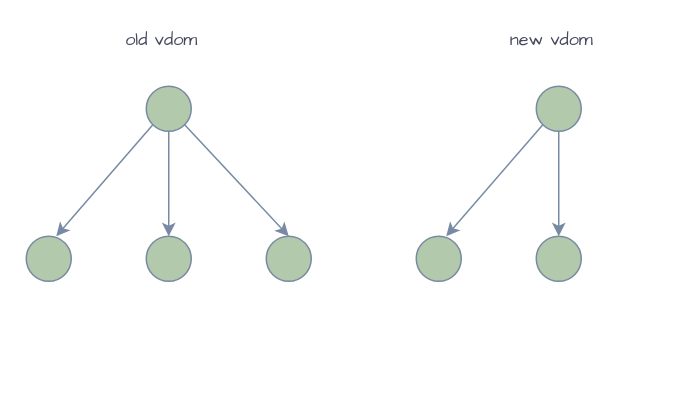
Above: react.drawio in silan-liu/drawio (draw.io), before the change. Source tidied: cells renumbered, new cells numbered last; positions are measured from the earlier drawing's top-left corner, leaving out a move shared by most shapes. Both pictures are drawn from the tidied source at 150%, with x=0, y=0 at pixel (26, 26).
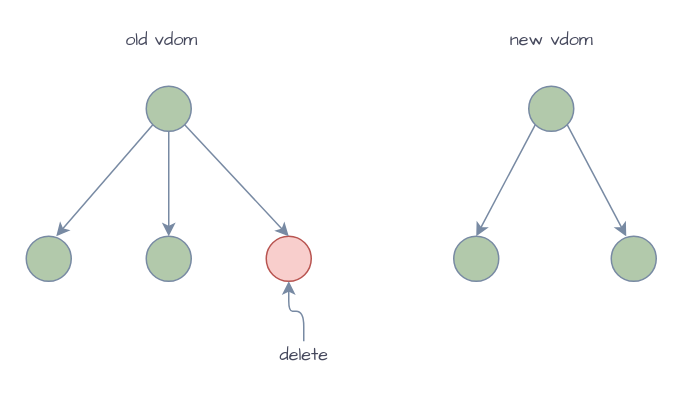
Above is the later version.

What changed in the source:
```diff
@@
 <mxGraphModel>
   <root>
     <mxCell id="0" />
     <mxCell id="1" parent="0" />
     <mxCell id="2" style="ellipse;whiteSpace=wrap;html=1;fillColor=#B2C9AB;strokeColor=#788AA3;fontColor=#46495D;fontFamily=Comic Sans MS;" parent="1" vertex="1">
-      <mxGeometry x="340" y="140" width="30" height="30" as="geometry" />
+      <mxGeometry x="390" y="140" width="30" height="30" as="geometry" />
     </mxCell>
     <mxCell id="3" style="ellipse;whiteSpace=wrap;html=1;fillColor=#B2C9AB;strokeColor=#788AA3;fontColor=#46495D;fontFamily=Comic Sans MS;" parent="1" vertex="1">
-      <mxGeometry x="340" y="40" width="30" height="30" as="geometry" />
+      <mxGeometry x="335" y="40" width="30" height="30" as="geometry" />
     </mxCell>
     <mxCell id="4" style="ellipse;whiteSpace=wrap;html=1;fillColor=#B2C9AB;strokeColor=#788AA3;fontColor=#46495D;fontFamily=Comic Sans MS;" parent="1" vertex="1">
-      <mxGeometry x="260" y="140" width="30" height="30" as="geometry" />
+      <mxGeometry x="285" y="140" width="30" height="30" as="geometry" />
     </mxCell>
-    <mxCell id="5" style="endArrow=classic;html=1;fontColor=#46495D;strokeColor=#788AA3;fillColor=#B2C9AB;exitX=0;exitY=1;exitDx=0;exitDy=0;fontFamily=Comic Sans MS;" parent="1" edge="1" source="3">
-      <mxGeometry relative="1" as="geometry">
-        <mxPoint x="280" y="140" as="targetPoint" />
-      </mxGeometry>
+    <mxCell id="5" style="endArrow=classic;html=1;fontColor=#46495D;strokeColor=#788AA3;fillColor=#B2C9AB;exitX=0;exitY=1;exitDx=0;exitDy=0;fontFamily=Comic Sans MS;entryX=0.5;entryY=0;entryDx=0;entryDy=0;" parent="1" edge="1" source="3" target="4">
+      <mxGeometry relative="1" as="geometry" />
     </mxCell>
-    <mxCell id="6" style="endArrow=classic;html=1;fontColor=#46495D;strokeColor=#788AA3;fillColor=#B2C9AB;exitX=0.5;exitY=1;exitDx=0;exitDy=0;entryX=0.5;entryY=0;entryDx=0;entryDy=0;fontFamily=Comic Sans MS;" parent="1" edge="1" source="3" target="2">
-      <mxGeometry relative="1" as="geometry" />
+    <mxCell id="6" style="endArrow=classic;html=1;fontColor=#46495D;strokeColor=#788AA3;fillColor=#B2C9AB;exitX=1;exitY=1;exitDx=0;exitDy=0;fontFamily=Comic Sans MS;" parent="1" edge="1" source="3">
+      <mxGeometry relative="1" as="geometry">
+        <mxPoint x="400" y="140" as="targetPoint" />
+      </mxGeometry>
     </mxCell>
     <mxCell id="7" style="ellipse;whiteSpace=wrap;html=1;fillColor=#B2C9AB;strokeColor=#788AA3;fontColor=#46495D;fontFamily=Comic Sans MS;" parent="1" vertex="1">
       <mxGeometry x="80" y="140" width="30" height="30" as="geometry" />
     </mxCell>
-    <mxCell id="8" style="ellipse;whiteSpace=wrap;html=1;fillColor=#B2C9AB;strokeColor=#788AA3;fontColor=#46495D;fontFamily=Comic Sans MS;" parent="1" vertex="1">
+    <mxCell id="8" style="ellipse;whiteSpace=wrap;html=1;fillColor=#f8cecc;strokeColor=#b85450;fontFamily=Comic Sans MS;" parent="1" vertex="1">
       <mxGeometry x="160" y="140" width="30" height="30" as="geometry" />
     </mxCell>
     <mxCell id="9" style="ellipse;whiteSpace=wrap;html=1;fillColor=#B2C9AB;strokeColor=#788AA3;fontColor=#46495D;fontFamily=Comic Sans MS;" parent="1" vertex="1">
       <mxGeometry y="140" width="30" height="30" as="geometry" />
     </mxCell>
     <mxCell id="10" style="endArrow=classic;html=1;fontColor=#46495D;strokeColor=#788AA3;fillColor=#B2C9AB;exitX=0;exitY=1;exitDx=0;exitDy=0;fontFamily=Comic Sans MS;" parent="1" edge="1" source="13">
       <mxGeometry relative="1" as="geometry">
         <mxPoint x="20" y="140" as="targetPoint" />
       </mxGeometry>
     </mxCell>
     <mxCell id="11" style="endArrow=classic;html=1;fontColor=#46495D;strokeColor=#788AA3;fillColor=#B2C9AB;exitX=0.5;exitY=1;exitDx=0;exitDy=0;entryX=0.5;entryY=0;entryDx=0;entryDy=0;fontFamily=Comic Sans MS;" parent="1" edge="1" source="13" target="7">
       <mxGeometry relative="1" as="geometry" />
     </mxCell>
     <mxCell id="12" style="endArrow=classic;html=1;fontColor=#46495D;strokeColor=#788AA3;fillColor=#B2C9AB;exitX=1;exitY=1;exitDx=0;exitDy=0;entryX=0.5;entryY=0;entryDx=0;entryDy=0;fontFamily=Comic Sans MS;" parent="1" edge="1" source="13" target="8">
       <mxGeometry relative="1" as="geometry" />
     </mxCell>
     <mxCell id="13" style="ellipse;whiteSpace=wrap;html=1;fillColor=#B2C9AB;strokeColor=#788AA3;fontColor=#46495D;fontFamily=Comic Sans MS;" parent="1" vertex="1">
       <mxGeometry x="80" y="40" width="30" height="30" as="geometry" />
     </mxCell>
     <mxCell id="14" value="old vdom" style="text;html=1;align=center;verticalAlign=middle;strokeColor=none;fontColor=#46495D;fontFamily=Comic Sans MS;" parent="1" vertex="1">
       <mxGeometry x="60" width="60" height="20" as="geometry" />
     </mxCell>
     <mxCell id="15" value="new vdom" style="text;html=1;align=center;verticalAlign=middle;strokeColor=none;fontColor=#46495D;fontFamily=Comic Sans MS;" parent="1" vertex="1">
       <mxGeometry x="315" width="70" height="20" as="geometry" />
     </mxCell>
+    <mxCell id="16" style="edgeStyle=orthogonalEdgeStyle;curved=0;rounded=1;sketch=0;jettySize=auto;html=1;fontFamily=Comic Sans MS;fontColor=#46495D;strokeColor=#788AA3;fillColor=#B2C9AB;" parent="1" edge="1" source="17" target="8">
+      <mxGeometry relative="1" as="geometry" />
+    </mxCell>
+    <mxCell id="17" value="delete" style="text;html=1;align=center;verticalAlign=middle;points=[];strokeColor=none;fontFamily=Comic Sans MS;fontColor=#46495D;" parent="1" vertex="1">
+      <mxGeometry x="160" y="210" width="50" height="20" as="geometry" />
+    </mxCell>
   </root>
 </mxGraphModel>
```
